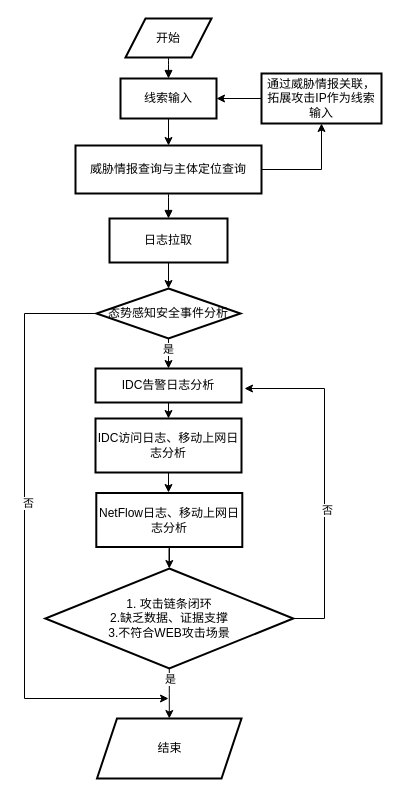
Above: 未命名绘图.drawio in asdlijinquan/- (draw.io), before the change. Source tidied: cells renumbered, new cells numbered last; positions are measured from the earlier drawing's top-left corner, leaving out a move shared by most shapes. Both pictures are drawn from the tidied source at 100%, with x=0, y=0 at pixel (24, 18).
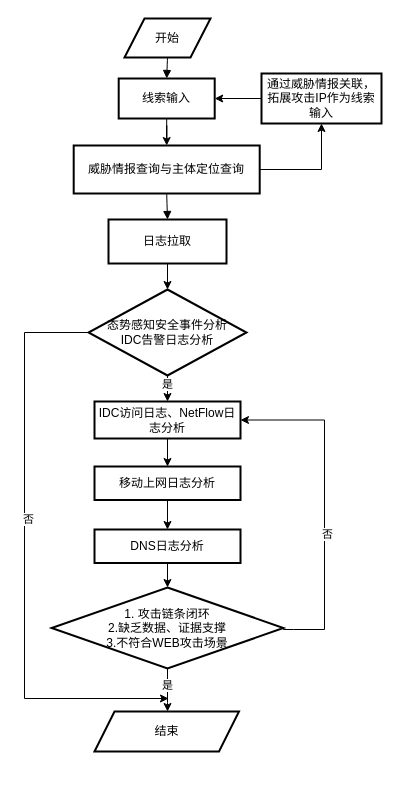
After the change.

Commit message:
更新未命名绘图.drawio

What changed in the source:
```diff
@@
     <mxCell id="2" value="开始" style="shape=parallelogram;perimeter=parallelogramPerimeter;fixedSize=1;strokeWidth=2;whiteSpace=wrap;" parent="1" vertex="1">
-      <mxGeometry x="101" width="86" height="39" as="geometry" />
+      <mxGeometry x="100" width="86" height="39" as="geometry" />
     </mxCell>
@@
     <mxCell id="4" value="线索输入" style="whiteSpace=wrap;strokeWidth=2;" parent="1" vertex="1">
-      <mxGeometry x="96" y="60" width="96" height="40" as="geometry" />
+      <mxGeometry x="94.2" y="60" width="96" height="40" as="geometry" />
     </mxCell>
@@
     <mxCell id="6" value="威胁情报查询与主体定位查询" style="whiteSpace=wrap;strokeWidth=2;" parent="1" vertex="1">
-      <mxGeometry x="51" y="127" width="186" height="48" as="geometry" />
+      <mxGeometry x="49.2" y="127" width="186" height="48" as="geometry" />
     </mxCell>
@@
     <mxCell id="8" value="日志拉取" style="whiteSpace=wrap;strokeWidth=2;" parent="1" vertex="1">
-      <mxGeometry x="85" y="200" width="118" height="44" as="geometry" />
+      <mxGeometry x="84" y="201" width="118" height="44" as="geometry" />
     </mxCell>
-    <mxCell id="9" style="edgeStyle=orthogonalEdgeStyle;rounded=0;orthogonalLoop=1;jettySize=auto;html=1;" parent="1" edge="1">
+    <mxCell id="9" style="edgeStyle=orthogonalEdgeStyle;rounded=0;jettySize=auto;html=1;entryX=1;entryY=0.5;entryDx=0;entryDy=0;exitX=1;exitY=0.5;exitDx=0;exitDy=0;" parent="1" edge="1" source="13" target="17">
       <mxGeometry relative="1" as="geometry">
-        <mxPoint x="268.8" y="600" as="sourcePoint" />
-        <mxPoint x="220" y="370" as="targetPoint" />
         <Array as="points">
-          <mxPoint x="300" y="600" />
-          <mxPoint x="300" y="370" />
+          <mxPoint x="269" y="611" />
+          <mxPoint x="300" y="611" />
+          <mxPoint x="300" y="419" />
         </Array>
       </mxGeometry>
     </mxCell>
@@
     <mxCell id="11" style="edgeStyle=orthogonalEdgeStyle;rounded=0;jettySize=auto;html=1;" parent="1" edge="1" source="13" target="14">
-      <mxGeometry relative="1" as="geometry" />
+      <mxGeometry relative="1" as="geometry">
+        <Array as="points">
+          <mxPoint x="143" y="684" />
+          <mxPoint x="143" y="684" />
+        </Array>
+      </mxGeometry>
     </mxCell>
     <mxCell id="12" value="是" style="edgeLabel;html=1;align=center;verticalAlign=middle;" parent="11" vertex="1">
       <mxGeometry x="-0.26" y="1" relative="1" as="geometry">
-        <mxPoint y="-9" as="offset" />
+        <mxPoint x="-2" as="offset" />
       </mxGeometry>
     </mxCell>
     <mxCell id="13" value="1. 攻击链条闭环&#10;2.缺乏数据、证据支撑&#10;3.不符合WEB攻击场景" style="rhombus;strokeWidth=2;whiteSpace=wrap;" parent="1" vertex="1">
-      <mxGeometry x="20.8" y="550" width="248" height="100" as="geometry" />
+      <mxGeometry x="27.1" y="569" width="231.8" height="81" as="geometry" />
     </mxCell>
     <mxCell id="14" value="结束" style="shape=parallelogram;perimeter=parallelogramPerimeter;fixedSize=1;strokeWidth=2;whiteSpace=wrap;" parent="1" vertex="1">
-      <mxGeometry x="72.5" y="700" width="144.5" height="60" as="geometry" />
+      <mxGeometry x="70" y="693" width="144.5" height="40" as="geometry" />
     </mxCell>
@@
+    <mxCell id="30" style="edgeStyle=orthogonalEdgeStyle;rounded=0;jettySize=auto;html=1;" parent="1" edge="1" source="17" target="33">
+      <mxGeometry relative="1" as="geometry" />
+    </mxCell>
-    <mxCell id="17" value="IDC访问日志、移动上网日志分析" style="whiteSpace=wrap;strokeWidth=2;" parent="1" vertex="1">
-      <mxGeometry x="71" y="400" width="146" height="54" as="geometry" />
+    <mxCell id="17" value="IDC访问日志、NetFlow日志分析" style="whiteSpace=wrap;strokeWidth=2;" parent="1" vertex="1">
+      <mxGeometry x="70" y="383" width="146" height="37" as="geometry" />
     </mxCell>
-    <mxCell id="18" style="edgeStyle=orthogonalEdgeStyle;rounded=0;jettySize=auto;html=1;exitX=0.5;exitY=1;exitDx=0;exitDy=0;" parent="1" edge="1" source="17" target="20">
-      <mxGeometry relative="1" as="geometry" />
-    </mxCell>
@@
-    <mxCell id="20" value="NetFlow日志、移动上网日志分析" style="whiteSpace=wrap;strokeWidth=2;" parent="1" vertex="1">
-      <mxGeometry x="71.8" y="474.5" width="146" height="54" as="geometry" />
+    <mxCell id="20" value="DNS日志分析" style="whiteSpace=wrap;strokeWidth=2;" parent="1" vertex="1">
+      <mxGeometry x="70" y="511" width="146" height="33.5" as="geometry" />
     </mxCell>
@@
-    <mxCell id="23" style="edgeStyle=orthogonalEdgeStyle;rounded=0;jettySize=auto;html=1;" parent="1" edge="1" source="27" target="28">
-      <mxGeometry relative="1" as="geometry" />
-    </mxCell>
-    <mxCell id="24" value="是" style="edgeLabel;html=1;align=center;verticalAlign=middle;" parent="23" vertex="1">
-      <mxGeometry x="0.18" y="-1" relative="1" as="geometry" />
-    </mxCell>
     <mxCell id="25" style="edgeStyle=orthogonalEdgeStyle;rounded=0;jettySize=auto;html=1;exitX=0;exitY=0.5;exitDx=0;exitDy=0;" parent="1" edge="1" source="27">
       <mxGeometry relative="1" as="geometry">
         <mxPoint x="144" y="680" as="targetPoint" />
         <Array as="points">
-          <mxPoint y="295" />
+          <mxPoint y="314" />
           <mxPoint y="680" />
         </Array>
       </mxGeometry>
     </mxCell>
@@
+    <mxCell id="31" style="edgeStyle=orthogonalEdgeStyle;rounded=0;jettySize=auto;html=1;entryX=0.5;entryY=0;entryDx=0;entryDy=0;" parent="1" edge="1" source="27" target="17">
+      <mxGeometry relative="1" as="geometry" />
+    </mxCell>
+    <mxCell id="24" value="是" style="edgeLabel;html=1;align=center;verticalAlign=middle;" parent="31" vertex="1">
+      <mxGeometry x="-0.72" y="-1" relative="1" as="geometry" />
+    </mxCell>
-    <mxCell id="27" value="态势感知安全事件分析" style="rhombus;whiteSpace=wrap;html=1;strokeWidth=2;" parent="1" vertex="1">
-      <mxGeometry x="72" y="270" width="144" height="50" as="geometry" />
+    <mxCell id="27" value="态势感知安全事件分析&lt;div&gt;IDC告警日志分析&lt;/div&gt;" style="rhombus;whiteSpace=wrap;html=1;strokeWidth=2;" parent="1" vertex="1">
+      <mxGeometry x="64" y="271" width="158" height="86" as="geometry" />
     </mxCell>
-    <mxCell id="28" value="IDC告警日志分析" style="whiteSpace=wrap;strokeWidth=2;" parent="1" vertex="1">
-      <mxGeometry x="71" y="350" width="146" height="34" as="geometry" />
-    </mxCell>
-    <mxCell id="29" style="edgeStyle=orthogonalEdgeStyle;rounded=0;jettySize=auto;html=1;exitX=0.5;exitY=1;exitDx=0;exitDy=0;" parent="1" edge="1" source="28">
-      <mxGeometry relative="1" as="geometry">
-        <mxPoint x="144" y="400" as="targetPoint" />
-      </mxGeometry>
-    </mxCell>
+    <mxCell id="32" style="edgeStyle=orthogonalEdgeStyle;rounded=0;jettySize=auto;html=1;" parent="1" edge="1" source="33" target="20">
+      <mxGeometry relative="1" as="geometry" />
+    </mxCell>
+    <mxCell id="33" value="移动上网日志分析" style="whiteSpace=wrap;strokeWidth=2;" parent="1" vertex="1">
+      <mxGeometry x="70" y="448" width="146" height="33.5" as="geometry" />
+    </mxCell>
```
